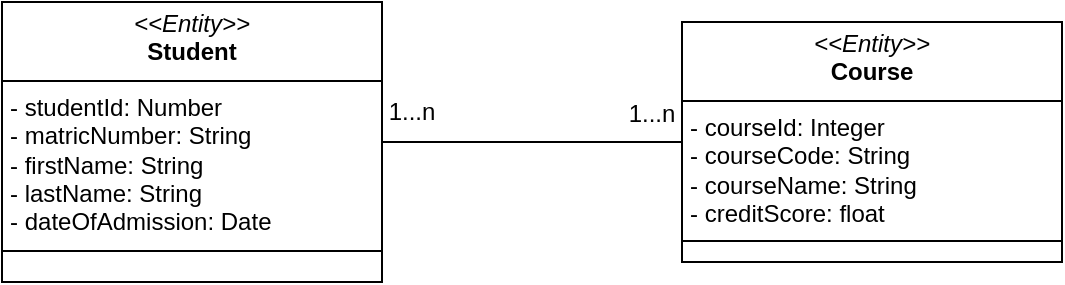
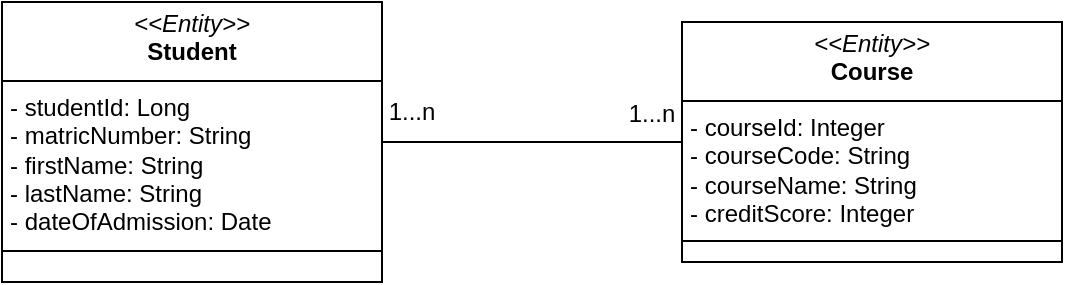
<mxfile host="app.diagrams.net">
  <diagram name="Page-1" id="S9wZxjQWPXUXf5hK5zQc">
    <mxGraphModel dx="1294" dy="784" grid="1" gridSize="10" guides="1" tooltips="1" connect="1" arrows="1" fold="1" page="1" pageScale="1" pageWidth="850" pageHeight="1100" math="0" shadow="0">
      <root>
        <mxCell id="0" />
        <mxCell id="1" parent="0" />
-         <mxCell id="ed-KdOJTffAY3sV7-24V-1" parent="1" style="verticalAlign=top;align=left;overflow=fill;html=1;whiteSpace=wrap;" value="&lt;p style=&quot;margin:0px;margin-top:4px;text-align:center;&quot;&gt;&lt;i&gt;&amp;lt;&amp;lt;Entity&amp;gt;&amp;gt;&lt;/i&gt;&lt;br&gt;&lt;b&gt;Student&lt;/b&gt;&lt;/p&gt;&lt;hr size=&quot;1&quot; style=&quot;border-style:solid;&quot;&gt;&lt;p style=&quot;margin:0px;margin-left:4px;&quot;&gt;- studentId: Number&lt;br&gt;-&amp;nbsp;&lt;span style=&quot;background-color: transparent; color: light-dark(rgb(0, 0, 0), rgb(255, 255, 255));&quot;&gt;matricNumber: String&lt;br&gt;-&amp;nbsp;&lt;/span&gt;&lt;span style=&quot;background-color: transparent; color: light-dark(rgb(0, 0, 0), rgb(255, 255, 255));&quot;&gt;firstName: String&lt;br&gt;- lastName: String&lt;br&gt;-&amp;nbsp;&lt;/span&gt;&lt;span style=&quot;background-color: transparent; color: light-dark(rgb(0, 0, 0), rgb(255, 255, 255));&quot;&gt;dateOfAdmission: Date&lt;/span&gt;&lt;/p&gt;&lt;hr size=&quot;1&quot; style=&quot;border-style:solid;&quot;&gt;&lt;p style=&quot;margin:0px;margin-left:4px;&quot;&gt;&lt;br&gt;&lt;/p&gt;" vertex="1">
+         <mxCell id="ed-KdOJTffAY3sV7-24V-1" parent="1" style="verticalAlign=top;align=left;overflow=fill;html=1;whiteSpace=wrap;" value="&lt;p style=&quot;margin:0px;margin-top:4px;text-align:center;&quot;&gt;&lt;i&gt;&amp;lt;&amp;lt;Entity&amp;gt;&amp;gt;&lt;/i&gt;&lt;br&gt;&lt;b&gt;Student&lt;/b&gt;&lt;/p&gt;&lt;hr size=&quot;1&quot; style=&quot;border-style:solid;&quot;&gt;&lt;p style=&quot;margin:0px;margin-left:4px;&quot;&gt;- studentId: Long&lt;br&gt;-&amp;nbsp;&lt;span style=&quot;background-color: transparent; color: light-dark(rgb(0, 0, 0), rgb(255, 255, 255));&quot;&gt;matricNumber: String&lt;br&gt;-&amp;nbsp;&lt;/span&gt;&lt;span style=&quot;background-color: transparent; color: light-dark(rgb(0, 0, 0), rgb(255, 255, 255));&quot;&gt;firstName: String&lt;br&gt;- lastName: String&lt;br&gt;-&amp;nbsp;&lt;/span&gt;&lt;span style=&quot;background-color: transparent; color: light-dark(rgb(0, 0, 0), rgb(255, 255, 255));&quot;&gt;dateOfAdmission: Date&lt;/span&gt;&lt;/p&gt;&lt;hr size=&quot;1&quot; style=&quot;border-style:solid;&quot;&gt;&lt;p style=&quot;margin:0px;margin-left:4px;&quot;&gt;&lt;br&gt;&lt;/p&gt;" vertex="1">
          <mxGeometry height="140" width="190" x="190" y="290" as="geometry" />
        </mxCell>
        <mxCell id="ed-KdOJTffAY3sV7-24V-3" edge="1" parent="1" source="ed-KdOJTffAY3sV7-24V-2" style="edgeStyle=orthogonalEdgeStyle;rounded=0;orthogonalLoop=1;jettySize=auto;html=1;entryX=1;entryY=0.5;entryDx=0;entryDy=0;endArrow=none;endFill=0;" target="ed-KdOJTffAY3sV7-24V-1">
          <mxGeometry relative="1" as="geometry" />
        </mxCell>
-         <mxCell id="ed-KdOJTffAY3sV7-24V-2" parent="1" style="verticalAlign=top;align=left;overflow=fill;html=1;whiteSpace=wrap;" value="&lt;p style=&quot;margin:0px;margin-top:4px;text-align:center;&quot;&gt;&lt;i&gt;&amp;lt;&amp;lt;Entity&amp;gt;&amp;gt;&lt;/i&gt;&lt;br&gt;&lt;b&gt;Course&lt;/b&gt;&lt;/p&gt;&lt;hr size=&quot;1&quot; style=&quot;border-style:solid;&quot;&gt;&lt;p style=&quot;margin:0px;margin-left:4px;&quot;&gt;- courseId: Integer&lt;br&gt;- courseCode: String&lt;br&gt;-&amp;nbsp;&lt;span style=&quot;background-color: transparent; color: light-dark(rgb(0, 0, 0), rgb(255, 255, 255));&quot;&gt;courseName: String&lt;br&gt;-&amp;nbsp;&lt;/span&gt;&lt;span style=&quot;background-color: transparent; color: light-dark(rgb(0, 0, 0), rgb(255, 255, 255));&quot;&gt;creditScore: float&lt;/span&gt;&lt;/p&gt;&lt;hr size=&quot;1&quot; style=&quot;border-style:solid;&quot;&gt;&lt;p style=&quot;margin:0px;margin-left:4px;&quot;&gt;&lt;br&gt;&lt;/p&gt;" vertex="1">
+         <mxCell id="ed-KdOJTffAY3sV7-24V-2" parent="1" style="verticalAlign=top;align=left;overflow=fill;html=1;whiteSpace=wrap;" value="&lt;p style=&quot;margin:0px;margin-top:4px;text-align:center;&quot;&gt;&lt;i&gt;&amp;lt;&amp;lt;Entity&amp;gt;&amp;gt;&lt;/i&gt;&lt;br&gt;&lt;b&gt;Course&lt;/b&gt;&lt;/p&gt;&lt;hr size=&quot;1&quot; style=&quot;border-style:solid;&quot;&gt;&lt;p style=&quot;margin:0px;margin-left:4px;&quot;&gt;- courseId: Integer&lt;br&gt;- courseCode: String&lt;br&gt;-&amp;nbsp;&lt;span style=&quot;background-color: transparent; color: light-dark(rgb(0, 0, 0), rgb(255, 255, 255));&quot;&gt;courseName: String&lt;br&gt;-&amp;nbsp;&lt;/span&gt;&lt;span style=&quot;background-color: transparent; color: light-dark(rgb(0, 0, 0), rgb(255, 255, 255));&quot;&gt;creditScore:&amp;nbsp;&lt;/span&gt;&lt;span style=&quot;background-color: transparent; color: light-dark(rgb(0, 0, 0), rgb(255, 255, 255));&quot;&gt;Integer&lt;/span&gt;&lt;/p&gt;&lt;hr size=&quot;1&quot; style=&quot;border-style:solid;&quot;&gt;&lt;p style=&quot;margin:0px;margin-left:4px;&quot;&gt;&lt;br&gt;&lt;/p&gt;" vertex="1">
          <mxGeometry height="120" width="190" x="530" y="300" as="geometry" />
        </mxCell>
        <mxCell id="ed-KdOJTffAY3sV7-24V-4" parent="1" style="text;html=1;whiteSpace=wrap;strokeColor=none;fillColor=none;align=center;verticalAlign=middle;rounded=0;" value="1...n" vertex="1">
          <mxGeometry height="30" width="30" x="380" y="330" as="geometry" />
        </mxCell>
        <mxCell id="ed-KdOJTffAY3sV7-24V-5" parent="1" style="text;html=1;whiteSpace=wrap;strokeColor=none;fillColor=none;align=center;verticalAlign=middle;rounded=0;" value="1...n" vertex="1">
          <mxGeometry height="30" width="30" x="500" y="331" as="geometry" />
        </mxCell>
      </root>
    </mxGraphModel>
  </diagram>
</mxfile>
